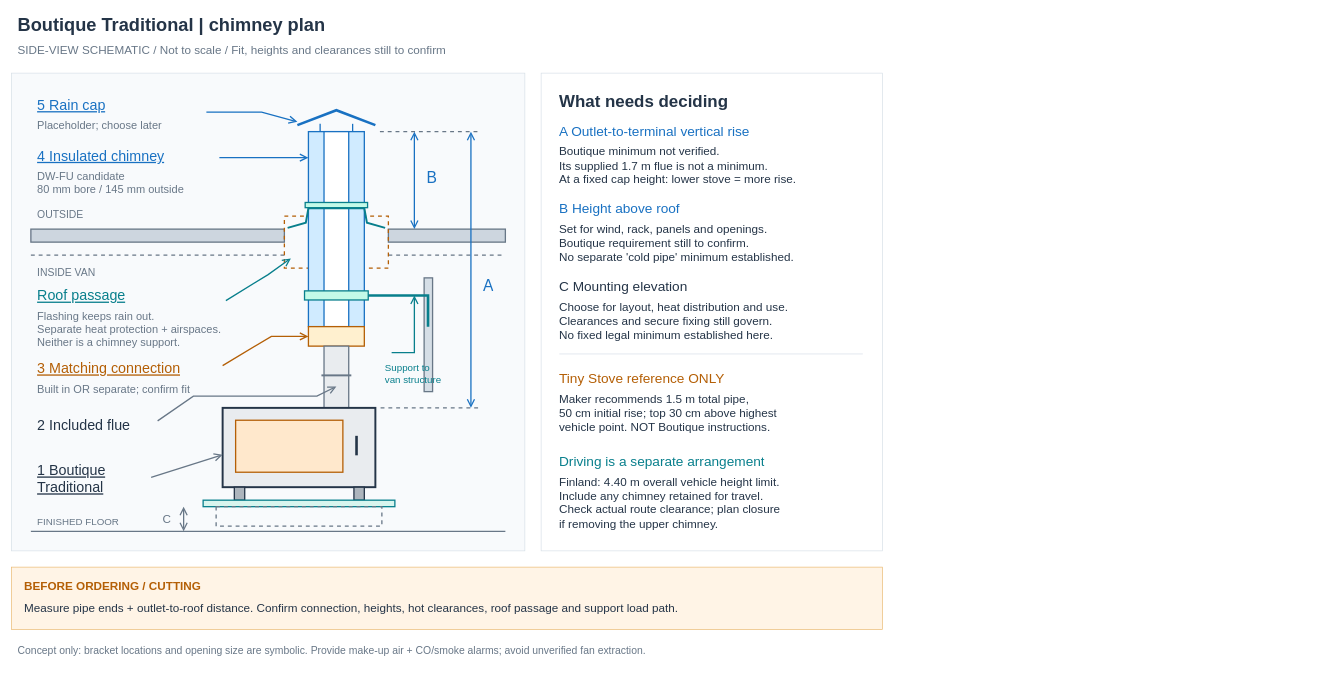
The draw.io diagram docs/wood_stove/boutique-chimney-plan.drawio in EternalGoldenBraid/Van, before the edit. Source tidied: cells renumbered, new cells numbered last; positions are measured from the earlier drawing's top-left corner, leaving out a move shared by most shapes. Both pictures are drawn from the tidied source at 65%, with x=0, y=0 at pixel (11, 11).
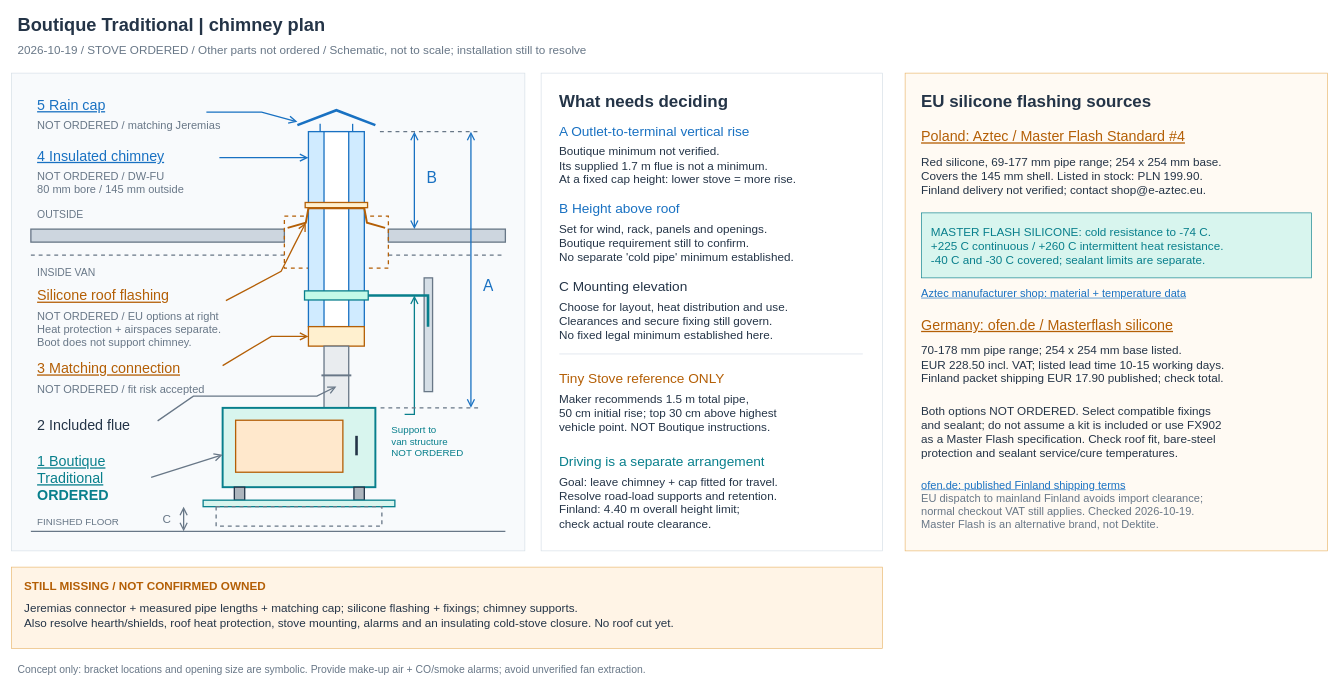
After the change.

Commit message (it also covers changes not shown here):
docs: wood_stove

Change to the diagram source:
```diff
@@
-    <mxCell id="3" value="SIDE-VIEW SCHEMATIC / Not to scale / Fit, heights and clearances still to confirm" style="text;html=1;whiteSpace=wrap;overflow=hidden;align=left;verticalAlign=top;spacing=0;fontFamily=Arial;fontSize=18;fontColor=#687787;fontStyle=0;strokeColor=none;fillColor=none;" parent="1" vertex="1">
+    <mxCell id="3" value="2026-10-19 / STOVE ORDERED / Other parts not ordered / Schematic, not to scale; installation still to resolve" style="text;html=1;whiteSpace=wrap;overflow=hidden;align=left;verticalAlign=top;spacing=0;fontFamily=Arial;fontSize=18;fontColor=#687787;fontStyle=0;strokeColor=none;fillColor=none;" parent="1" vertex="1">
       <mxGeometry x="10" y="45" width="1260" height="28" as="geometry" />
     </mxCell>
@@
-    <mxCell id="15" style="edgeStyle=none;html=1;rounded=0;strokeColor=#087f8c;strokeWidth=3;endArrow=none;startArrow=none;endSize=9;startSize=9;dashed=0;" parent="1" edge="1">
+    <mxCell id="15" style="edgeStyle=none;html=1;rounded=0;strokeColor=#b45f06;strokeWidth=3;endArrow=none;startArrow=none;endSize=9;startSize=9;dashed=0;" parent="1" edge="1">
       <mxGeometry relative="1" as="geometry">
         <mxPoint x="425" y="333" as="sourcePoint" />
         <mxPoint x="575" y="333" as="targetPoint" />
         <Array as="points">
           <mxPoint x="453" y="325" />
           <mxPoint x="457" y="303" />
           <mxPoint x="543" y="303" />
           <mxPoint x="547" y="325" />
         </Array>
       </mxGeometry>
     </mxCell>
-    <mxCell id="16" style="rounded=0;html=1;whiteSpace=wrap;fillColor=#c3fae8;strokeColor=#087f8c;strokeWidth=2;dashed=0;" parent="1" vertex="1">
+    <mxCell id="16" style="rounded=0;html=1;whiteSpace=wrap;fillColor=#fff0cf;strokeColor=#b45f06;strokeWidth=2;dashed=0;" parent="1" vertex="1">
       <mxGeometry x="452" y="294" width="96" height="8" as="geometry" />
     </mxCell>
@@
-    <mxCell id="23" style="rounded=0;html=1;whiteSpace=wrap;fillColor=#e9ecef;strokeColor=#243447;strokeWidth=3;dashed=0;" parent="1" vertex="1">
+    <mxCell id="23" style="rounded=0;html=1;whiteSpace=wrap;fillColor=#d8f5ee;strokeColor=#087f8c;strokeWidth=3;dashed=0;" parent="1" vertex="1">
       <mxGeometry x="325" y="610" width="235" height="122" as="geometry" />
     </mxCell>
@@
-    <mxCell id="35" value="Support to&lt;br&gt;van structure" style="text;html=1;whiteSpace=wrap;overflow=hidden;align=left;verticalAlign=top;spacing=0;fontFamily=Arial;fontSize=15;fontColor=#087f8c;fontStyle=0;strokeColor=none;fillColor=none;" parent="1" vertex="1">
-      <mxGeometry x="575" y="535" width="130" height="42" as="geometry" />
+    <mxCell id="35" value="Support to&lt;br&gt;van structure&lt;br&gt;NOT ORDERED" style="text;html=1;whiteSpace=wrap;overflow=hidden;align=left;verticalAlign=top;spacing=0;fontFamily=Arial;fontSize=15;fontColor=#087f8c;fontStyle=0;strokeColor=none;fillColor=none;" parent="1" vertex="1">
+      <mxGeometry x="585" y="630" width="150" height="65" as="geometry" />
     </mxCell>
     <mxCell id="36" style="edgeStyle=none;html=1;rounded=0;strokeColor=#087f8c;strokeWidth=2;endArrow=open;startArrow=none;endSize=9;startSize=9;dashed=0;" parent="1" edge="1">
       <mxGeometry relative="1" as="geometry">
-        <mxPoint x="585" y="525" as="sourcePoint" />
+        <mxPoint x="605" y="620" as="sourcePoint" />
         <mxPoint x="620" y="437" as="targetPoint" />
         <Array as="points">
-          <mxPoint x="620" y="525" />
+          <mxPoint x="620" y="620" />
         </Array>
       </mxGeometry>
     </mxCell>
@@
-    <mxCell id="38" value="Placeholder; choose later" style="text;html=1;whiteSpace=wrap;overflow=hidden;align=left;verticalAlign=top;spacing=0;fontFamily=Arial;fontSize=17;fontColor=#687787;fontStyle=0;strokeColor=none;fillColor=none;" parent="1" vertex="1">
+    <mxCell id="38" value="NOT ORDERED / matching Jeremias" style="text;html=1;whiteSpace=wrap;overflow=hidden;align=left;verticalAlign=top;spacing=0;fontFamily=Arial;fontSize=17;fontColor=#687787;fontStyle=0;strokeColor=none;fillColor=none;" parent="1" vertex="1">
       <mxGeometry x="40" y="161" width="300" height="28" as="geometry" />
     </mxCell>
@@
-    <mxCell id="41" value="DW-FU candidate&lt;br&gt;80 mm bore / 145 mm outside" style="text;html=1;whiteSpace=wrap;overflow=hidden;align=left;verticalAlign=top;spacing=0;fontFamily=Arial;fontSize=17;fontColor=#687787;fontStyle=0;strokeColor=none;fillColor=none;" parent="1" vertex="1">
+    <mxCell id="41" value="NOT ORDERED / DW-FU&lt;br&gt;80 mm bore / 145 mm outside" style="text;html=1;whiteSpace=wrap;overflow=hidden;align=left;verticalAlign=top;spacing=0;fontFamily=Arial;fontSize=17;fontColor=#687787;fontStyle=0;strokeColor=none;fillColor=none;" parent="1" vertex="1">
       <mxGeometry x="40" y="240" width="330" height="50" as="geometry" />
     </mxCell>
@@
-    <mxCell id="43" value="&lt;a href=&quot;https://www.kamin-store24.de/Jeremias-Dachdurchfuehrungen-in-verschiedenen-Ausfuehrungen&quot; style=&quot;color: #087f8c;&quot;&gt;Roof passage&lt;/a&gt;" style="text;html=1;whiteSpace=wrap;overflow=hidden;align=left;verticalAlign=top;spacing=0;fontFamily=Arial;fontSize=22;fontColor=#087f8c;fontStyle=0;strokeColor=none;fillColor=none;" parent="1" vertex="1">
+    <mxCell id="43" value="&lt;a href=&quot;https://e-aztec.eu/master-flash-standard-4-red-silicone/3-45-546&quot; style=&quot;color: #b45f06;&quot;&gt;Silicone roof flashing&lt;/a&gt;" style="text;html=1;whiteSpace=wrap;overflow=hidden;align=left;verticalAlign=top;spacing=0;fontFamily=Arial;fontSize=22;fontColor=#b45f06;fontStyle=0;strokeColor=none;fillColor=none;" parent="1" vertex="1">
       <mxGeometry x="40" y="420" width="290" height="32" as="geometry" />
     </mxCell>
-    <mxCell id="44" value="Flashing keeps rain out.&lt;br&gt;Separate heat protection + airspaces.&lt;br&gt;Neither is a chimney support." style="text;html=1;whiteSpace=wrap;overflow=hidden;align=left;verticalAlign=top;spacing=0;fontFamily=Arial;fontSize=17;fontColor=#687787;fontStyle=0;strokeColor=none;fillColor=none;" parent="1" vertex="1">
+    <mxCell id="44" value="NOT ORDERED / EU options at right&lt;br&gt;Heat protection + airspaces separate.&lt;br&gt;Boot does not support chimney." style="text;html=1;whiteSpace=wrap;overflow=hidden;align=left;verticalAlign=top;spacing=0;fontFamily=Arial;fontSize=17;fontColor=#687787;fontStyle=0;strokeColor=none;fillColor=none;" parent="1" vertex="1">
       <mxGeometry x="40" y="455" width="350" height="70" as="geometry" />
     </mxCell>
-    <mxCell id="45" style="edgeStyle=none;html=1;rounded=0;strokeColor=#087f8c;strokeWidth=2;endArrow=open;startArrow=none;endSize=9;startSize=9;dashed=0;" parent="1" edge="1">
+    <mxCell id="45" style="edgeStyle=none;html=1;rounded=0;strokeColor=#b45f06;strokeWidth=2;endArrow=open;startArrow=none;endSize=9;startSize=9;dashed=0;" parent="1" edge="1">
       <mxGeometry relative="1" as="geometry">
         <mxPoint x="330" y="445" as="sourcePoint" />
-        <mxPoint x="430" y="380" as="targetPoint" />
+        <mxPoint x="453" y="325" as="targetPoint" />
         <Array as="points">
-          <mxPoint x="395" y="405" />
+          <mxPoint x="415" y="400" />
+          <mxPoint x="435" y="360" />
         </Array>
       </mxGeometry>
     </mxCell>
@@
-    <mxCell id="47" value="Built in OR separate; confirm fit" style="text;html=1;whiteSpace=wrap;overflow=hidden;align=left;verticalAlign=top;spacing=0;fontFamily=Arial;fontSize=17;fontColor=#687787;fontStyle=0;strokeColor=none;fillColor=none;" parent="1" vertex="1">
+    <mxCell id="47" value="NOT ORDERED / fit risk accepted" style="text;html=1;whiteSpace=wrap;overflow=hidden;align=left;verticalAlign=top;spacing=0;fontFamily=Arial;fontSize=17;fontColor=#687787;fontStyle=0;strokeColor=none;fillColor=none;" parent="1" vertex="1">
       <mxGeometry x="40" y="567" width="330" height="27" as="geometry" />
     </mxCell>
@@
-    <mxCell id="51" value="&lt;a href=&quot;https://boutiquecamping.com/en-eu/products/traditional-wood-burning-stove?view=v2&quot; style=&quot;color: #243447;&quot;&gt;1  Boutique&lt;br&gt;Traditional&lt;/a&gt;" style="text;html=1;whiteSpace=wrap;overflow=hidden;align=left;verticalAlign=top;spacing=0;fontFamily=Arial;fontSize=22;fontColor=#243447;fontStyle=0;strokeColor=none;fillColor=none;" parent="1" vertex="1">
-      <mxGeometry x="40" y="689" width="200" height="60" as="geometry" />
+    <mxCell id="51" value="&lt;a href=&quot;https://boutiquecamping.com/en-eu/products/traditional-wood-burning-stove?view=v2&quot; style=&quot;color: #087f8c;&quot;&gt;1  Boutique&lt;br&gt;Traditional&lt;/a&gt;&lt;br&gt;&lt;b&gt;ORDERED&lt;/b&gt;" style="text;html=1;whiteSpace=wrap;overflow=hidden;align=left;verticalAlign=top;spacing=0;fontFamily=Arial;fontSize=22;fontColor=#087f8c;fontStyle=0;strokeColor=none;fillColor=none;" parent="1" vertex="1">
+      <mxGeometry x="40" y="675" width="200" height="85" as="geometry" />
     </mxCell>
@@
-    <mxCell id="72" value="Finland: 4.40 m overall vehicle height limit.&lt;br&gt;Include any chimney retained for travel.&lt;br&gt;Check actual route clearance; plan closure&lt;br&gt;if removing the upper chimney." style="text;html=1;whiteSpace=wrap;overflow=hidden;align=left;verticalAlign=top;spacing=0;fontFamily=Arial;fontSize=18;fontColor=#243447;fontStyle=0;strokeColor=none;fillColor=none;" parent="1" vertex="1">
+    <mxCell id="72" value="Goal: leave chimney + cap fitted for travel.&lt;br&gt;Resolve road-load supports and retention.&lt;br&gt;Finland: 4.40 m overall height limit;&lt;br&gt;check actual route clearance." style="text;html=1;whiteSpace=wrap;overflow=hidden;align=left;verticalAlign=top;spacing=0;fontFamily=Arial;fontSize=18;fontColor=#243447;fontStyle=0;strokeColor=none;fillColor=none;" parent="1" vertex="1">
       <mxGeometry x="843" y="709" width="470" height="96" as="geometry" />
     </mxCell>
     <mxCell id="73" style="rounded=0;html=1;whiteSpace=wrap;fillColor=#fff4e6;strokeColor=#e9b66b;strokeWidth=1;dashed=0;" parent="1" vertex="1">
-      <mxGeometry y="855" width="1340" height="96" as="geometry" />
+      <mxGeometry y="855" width="1340" height="125" as="geometry" />
     </mxCell>
-    <mxCell id="74" value="BEFORE ORDERING / CUTTING" style="text;html=1;whiteSpace=wrap;overflow=hidden;align=left;verticalAlign=top;spacing=0;fontFamily=Arial;fontSize=18;fontColor=#b45f06;fontStyle=1;strokeColor=none;fillColor=none;" parent="1" vertex="1">
+    <mxCell id="74" value="STILL MISSING / NOT CONFIRMED OWNED" style="text;html=1;whiteSpace=wrap;overflow=hidden;align=left;verticalAlign=top;spacing=0;fontFamily=Arial;fontSize=18;fontColor=#b45f06;fontStyle=1;strokeColor=none;fillColor=none;" parent="1" vertex="1">
       <mxGeometry x="20" y="869" width="1280" height="28" as="geometry" />
     </mxCell>
-    <mxCell id="75" value="Measure pipe ends + outlet-to-roof distance. Confirm connection, heights, hot clearances, roof passage and support load path." style="text;html=1;whiteSpace=wrap;overflow=hidden;align=left;verticalAlign=top;spacing=0;fontFamily=Arial;fontSize=18;fontColor=#243447;fontStyle=0;strokeColor=none;fillColor=none;" parent="1" vertex="1">
-      <mxGeometry x="20" y="904" width="1300" height="30" as="geometry" />
+    <mxCell id="75" value="Jeremias connector + measured pipe lengths + matching cap; silicone flashing + fixings; chimney supports.&lt;br&gt;Also resolve hearth/shields, roof heat protection, stove mounting, alarms and an insulating cold-stove closure. No roof cut yet." style="text;html=1;whiteSpace=wrap;overflow=hidden;align=left;verticalAlign=top;spacing=0;fontFamily=Arial;fontSize=18;fontColor=#243447;fontStyle=0;strokeColor=none;fillColor=none;" parent="1" vertex="1">
+      <mxGeometry x="20" y="904" width="1300" height="60" as="geometry" />
     </mxCell>
+    <mxCell id="77" style="rounded=0;html=1;whiteSpace=wrap;fillColor=#fffaf3;strokeColor=#e9b66b;strokeWidth=1;" parent="1" vertex="1">
+      <mxGeometry x="1375" y="95" width="650" height="735" as="geometry" />
+    </mxCell>
+    <mxCell id="78" value="EU silicone flashing sources" style="text;html=1;whiteSpace=wrap;overflow=hidden;align=left;verticalAlign=top;spacing=0;fontFamily=Arial;fontSize=26;fontColor=#243447;fontStyle=1;strokeColor=none;fillColor=none;" parent="1" vertex="1">
+      <mxGeometry x="1400" y="119" width="600" height="36" as="geometry" />
+    </mxCell>
+    <mxCell id="79" value="&lt;a href=&quot;https://e-aztec.eu/master-flash-standard-4-red-silicone/3-45-546&quot; style=&quot;color: #b45f06;&quot;&gt;Poland: Aztec / Master Flash Standard #4&lt;/a&gt;" style="text;html=1;whiteSpace=wrap;overflow=hidden;align=left;verticalAlign=top;spacing=0;fontFamily=Arial;fontSize=22;fontColor=#b45f06;strokeColor=none;fillColor=none;" parent="1" vertex="1">
+      <mxGeometry x="1400" y="175" width="600" height="32" as="geometry" />
+    </mxCell>
+    <mxCell id="80" value="Red silicone, 69-177 mm pipe range; 254 x 254 mm base.&lt;br&gt;Covers the 145 mm shell. Listed in stock: PLN 199.90.&lt;br&gt;Finland delivery not verified; contact shop@e-aztec.eu." style="text;html=1;whiteSpace=wrap;overflow=hidden;align=left;verticalAlign=top;spacing=0;fontFamily=Arial;fontSize=18;fontColor=#243447;strokeColor=none;fillColor=none;" parent="1" vertex="1">
+      <mxGeometry x="1400" y="217" width="600" height="72" as="geometry" />
+    </mxCell>
+    <mxCell id="81" style="rounded=0;html=1;whiteSpace=wrap;fillColor=#d8f5ee;strokeColor=#087f8c;strokeWidth=1;" parent="1" vertex="1">
+      <mxGeometry x="1400" y="310" width="600" height="100" as="geometry" />
+    </mxCell>
+    <mxCell id="82" value="MASTER FLASH SILICONE: cold resistance to -74 C.&lt;br&gt;+225 C continuous / +260 C intermittent heat resistance.&lt;br&gt;-40 C and -30 C covered; sealant limits are separate." style="text;html=1;whiteSpace=wrap;overflow=hidden;align=left;verticalAlign=top;spacing=0;fontFamily=Arial;fontSize=18;fontColor=#087f8c;strokeColor=none;fillColor=none;" parent="1" vertex="1">
+      <mxGeometry x="1415" y="325" width="570" height="75" as="geometry" />
+    </mxCell>
+    <mxCell id="83" value="&lt;a href=&quot;https://e-aztec.eu/master-flash-standard-4-red-silicone/3-45-546&quot; style=&quot;color: #1971c2;&quot;&gt;Aztec manufacturer shop: material + temperature data&lt;/a&gt;" style="text;html=1;whiteSpace=wrap;overflow=hidden;align=left;verticalAlign=top;spacing=0;fontFamily=Arial;fontSize=17;fontColor=#1971c2;strokeColor=none;fillColor=none;" parent="1" vertex="1">
+      <mxGeometry x="1400" y="420" width="600" height="27" as="geometry" />
+    </mxCell>
+    <mxCell id="84" value="&lt;a href=&quot;https://www.ofen.de/rohrmanschette-silikon-70-bis-178-mm-rohrdurchfuehrung-dachdurchfuehrung&quot; style=&quot;color: #b45f06;&quot;&gt;Germany: ofen.de / Masterflash silicone&lt;/a&gt;" style="text;html=1;whiteSpace=wrap;overflow=hidden;align=left;verticalAlign=top;spacing=0;fontFamily=Arial;fontSize=22;fontColor=#b45f06;strokeColor=none;fillColor=none;" parent="1" vertex="1">
+      <mxGeometry x="1400" y="465" width="600" height="32" as="geometry" />
+    </mxCell>
+    <mxCell id="85" value="70-178 mm pipe range; 254 x 254 mm base listed.&lt;br&gt;EUR 228.50 incl. VAT; listed lead time 10-15 working days.&lt;br&gt;Finland packet shipping EUR 17.90 published; check total." style="text;html=1;whiteSpace=wrap;overflow=hidden;align=left;verticalAlign=top;spacing=0;fontFamily=Arial;fontSize=18;fontColor=#243447;strokeColor=none;fillColor=none;" parent="1" vertex="1">
+      <mxGeometry x="1400" y="507" width="600" height="72" as="geometry" />
+    </mxCell>
+    <mxCell id="86" value="Both options NOT ORDERED. Select compatible fixings&lt;br&gt;and sealant; do not assume a kit is included or use FX902&lt;br&gt;as a Master Flash specification. Check roof fit, bare-steel&lt;br&gt;protection and sealant service/cure temperatures." style="text;html=1;whiteSpace=wrap;overflow=hidden;align=left;verticalAlign=top;spacing=0;fontFamily=Arial;fontSize=18;fontColor=#243447;strokeColor=none;fillColor=none;" parent="1" vertex="1">
+      <mxGeometry x="1400" y="600" width="600" height="96" as="geometry" />
+    </mxCell>
+    <mxCell id="87" value="&lt;a href=&quot;https://www.ofen.de/lieferung-versand&quot; style=&quot;color: #1971c2;&quot;&gt;ofen.de: published Finland shipping terms&lt;/a&gt;&lt;br&gt;EU dispatch to mainland Finland avoids import clearance;&lt;br&gt;normal checkout VAT still applies. Checked 2026-10-19.&lt;br&gt;Master Flash is an alternative brand, not Dektite." style="text;html=1;whiteSpace=wrap;overflow=hidden;align=left;verticalAlign=top;spacing=0;fontFamily=Arial;fontSize=17;fontColor=#687787;strokeColor=none;fillColor=none;" parent="1" vertex="1">
+      <mxGeometry x="1400" y="715" width="600" height="96" as="geometry" />
+    </mxCell>
     <mxCell id="76" value="Concept only: bracket locations and opening size are symbolic. Provide make-up air + CO/smoke alarms; avoid unverified fan extraction." style="text;html=1;whiteSpace=wrap;overflow=hidden;align=left;verticalAlign=top;spacing=0;fontFamily=Arial;fontSize=16;fontColor=#687787;fontStyle=0;strokeColor=none;fillColor=none;" parent="1" vertex="1">
-      <mxGeometry x="10" y="969" width="1340" height="35" as="geometry" />
+      <mxGeometry x="10" y="998" width="1340" height="35" as="geometry" />
     </mxCell>
```
